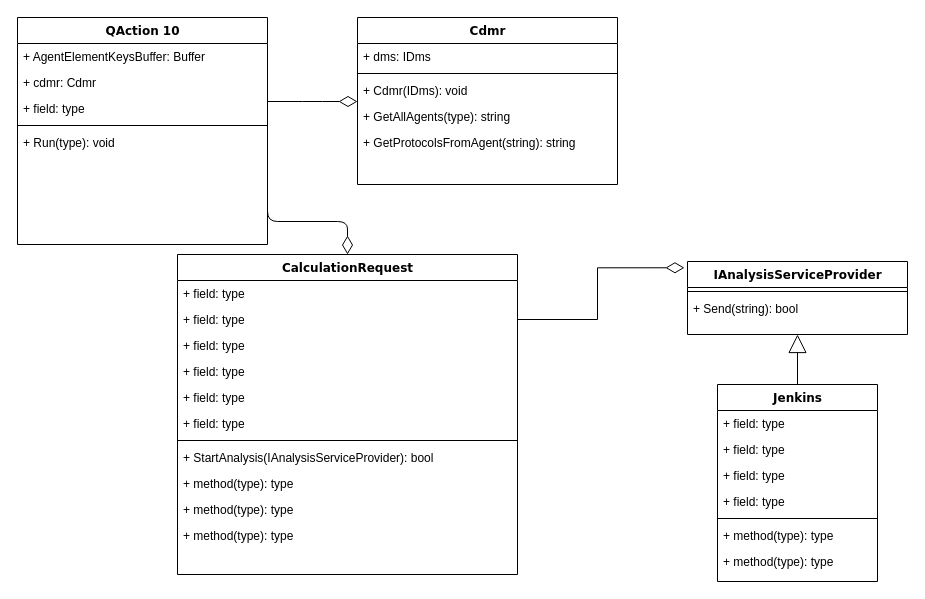
janstaelensskyline/DrawIO keeps this draw.io diagram as UMLConnectorQuality.drawio. Above is the earlier version. Source tidied: cells renumbered, new cells numbered last; positions are measured from the earlier drawing's top-left corner, leaving out a move shared by most shapes. Both pictures are drawn from the tidied source at 100%, with x=0, y=0 at pixel (17, 17).
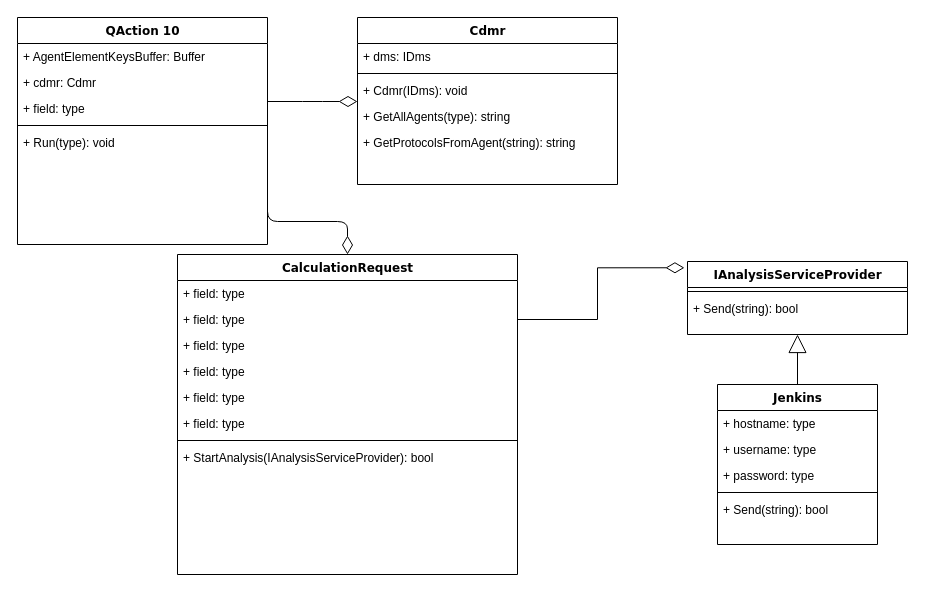
The same diagram, later.

Unchanged cells that the change refers to:
```xml
<mxCell id="23" value="CalculationRequest" style="swimlane;html=1;fontStyle=1;align=center;verticalAlign=top;horizontal=1;startSize=26;swimlaneFillColor=#ffffff;rounded=0;shadow=0;comic=0;labelBackgroundColor=none;strokeWidth=1;fillColor=none;fontFamily=Verdana;fontSize=12;" parent="1" vertex="1">
  <mxGeometry x="160" y="237" width="340" height="320" as="geometry" />
</mxCell>
```

The edit, as a diff of the source:
```diff
@@
     <mxCell id="15" value="Jenkins" style="swimlane;html=1;fontStyle=1;align=center;verticalAlign=top;horizontal=1;startSize=26;swimlaneFillColor=#ffffff;rounded=0;shadow=0;comic=0;labelBackgroundColor=none;strokeWidth=1;fillColor=none;fontFamily=Verdana;fontSize=12;" parent="1" vertex="1">
-      <mxGeometry x="700" y="367" width="160" height="197" as="geometry" />
+      <mxGeometry x="700" y="367" width="160" height="160" as="geometry" />
     </mxCell>
-    <mxCell id="16" value="+ field: type" style="text;html=1;strokeColor=none;fillColor=none;align=left;verticalAlign=top;spacingLeft=4;spacingRight=4;whiteSpace=wrap;overflow=hidden;" parent="15" vertex="1">
+    <mxCell id="16" value="+ hostname: type" style="text;html=1;strokeColor=none;fillColor=none;align=left;verticalAlign=top;spacingLeft=4;spacingRight=4;whiteSpace=wrap;overflow=hidden;" parent="15" vertex="1">
       <mxGeometry y="26" width="160" height="26" as="geometry" />
     </mxCell>
-    <mxCell id="17" value="+ field: type" style="text;html=1;strokeColor=none;fillColor=none;align=left;verticalAlign=top;spacingLeft=4;spacingRight=4;whiteSpace=wrap;overflow=hidden;" parent="15" vertex="1">
+    <mxCell id="17" value="+ username: type" style="text;html=1;strokeColor=none;fillColor=none;align=left;verticalAlign=top;spacingLeft=4;spacingRight=4;whiteSpace=wrap;overflow=hidden;" parent="15" vertex="1">
       <mxGeometry y="52" width="160" height="26" as="geometry" />
     </mxCell>
-    <mxCell id="18" value="+ field: type" style="text;html=1;strokeColor=none;fillColor=none;align=left;verticalAlign=top;spacingLeft=4;spacingRight=4;whiteSpace=wrap;overflow=hidden;" parent="15" vertex="1">
+    <mxCell id="18" value="+ password: type" style="text;html=1;strokeColor=none;fillColor=none;align=left;verticalAlign=top;spacingLeft=4;spacingRight=4;whiteSpace=wrap;overflow=hidden;" parent="15" vertex="1">
       <mxGeometry y="78" width="160" height="26" as="geometry" />
     </mxCell>
-    <mxCell id="19" value="+ field: type" style="text;html=1;strokeColor=none;fillColor=none;align=left;verticalAlign=top;spacingLeft=4;spacingRight=4;whiteSpace=wrap;overflow=hidden;" parent="15" vertex="1">
-      <mxGeometry y="104" width="160" height="26" as="geometry" />
-    </mxCell>
     <mxCell id="20" style="line;html=1;strokeWidth=1;fillColor=none;align=left;verticalAlign=middle;spacingTop=-1;spacingLeft=3;spacingRight=3;labelPosition=right;" parent="15" vertex="1">
-      <mxGeometry y="130" width="160" height="8" as="geometry" />
+      <mxGeometry y="104" width="160" height="8" as="geometry" />
     </mxCell>
-    <mxCell id="21" value="+ method(type): type" style="text;html=1;strokeColor=none;fillColor=none;align=left;verticalAlign=top;spacingLeft=4;spacingRight=4;whiteSpace=wrap;overflow=hidden;" parent="15" vertex="1">
-      <mxGeometry y="138" width="160" height="26" as="geometry" />
+    <mxCell id="21" value="+ Send(string): bool" style="text;html=1;strokeColor=none;fillColor=none;align=left;verticalAlign=top;spacingLeft=4;spacingRight=4;whiteSpace=wrap;overflow=hidden;" parent="15" vertex="1">
+      <mxGeometry y="112" width="160" height="26" as="geometry" />
     </mxCell>
-    <mxCell id="22" value="+ method(type): type" style="text;html=1;strokeColor=none;fillColor=none;align=left;verticalAlign=top;spacingLeft=4;spacingRight=4;whiteSpace=wrap;overflow=hidden;" parent="15" vertex="1">
-      <mxGeometry y="164" width="160" height="26" as="geometry" />
-    </mxCell>
@@
-    <mxCell id="32" value="+ method(type): type" style="text;html=1;strokeColor=none;fillColor=none;align=left;verticalAlign=top;spacingLeft=4;spacingRight=4;whiteSpace=wrap;overflow=hidden;" parent="23" vertex="1">
-      <mxGeometry y="216" width="340" height="26" as="geometry" />
-    </mxCell>
-    <mxCell id="33" value="+ method(type): type" style="text;html=1;strokeColor=none;fillColor=none;align=left;verticalAlign=top;spacingLeft=4;spacingRight=4;whiteSpace=wrap;overflow=hidden;" parent="23" vertex="1">
-      <mxGeometry y="242" width="340" height="26" as="geometry" />
-    </mxCell>
-    <mxCell id="34" value="+ method(type): type" style="text;html=1;strokeColor=none;fillColor=none;align=left;verticalAlign=top;spacingLeft=4;spacingRight=4;whiteSpace=wrap;overflow=hidden;" parent="23" vertex="1">
-      <mxGeometry y="268" width="340" height="26" as="geometry" />
-    </mxCell>
```
